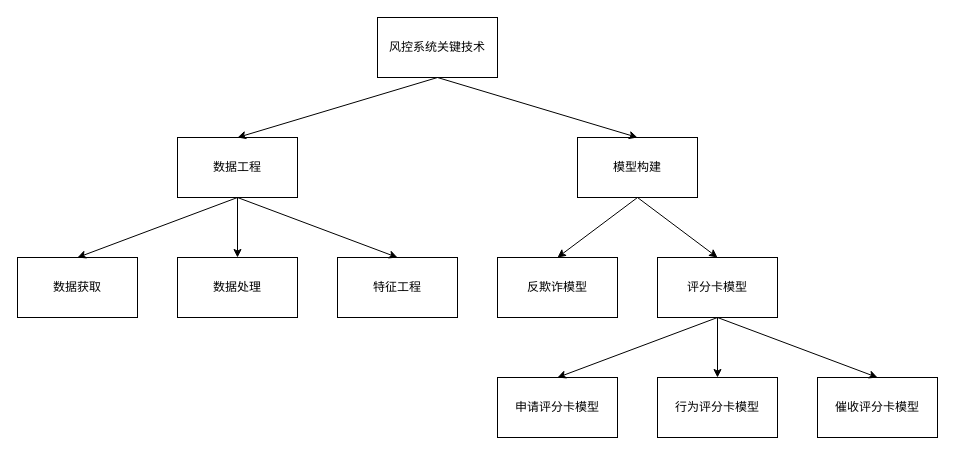
Earlier version of the draw.io diagram 信贷风控关键技术.drawio (LinZY1004/diagrams). Source tidied: cells renumbered, new cells numbered last; positions are measured from the earlier drawing's top-left corner, leaving out a move shared by most shapes. Both pictures are drawn from the tidied source at 100%, with x=0, y=0 at pixel (17, 17).
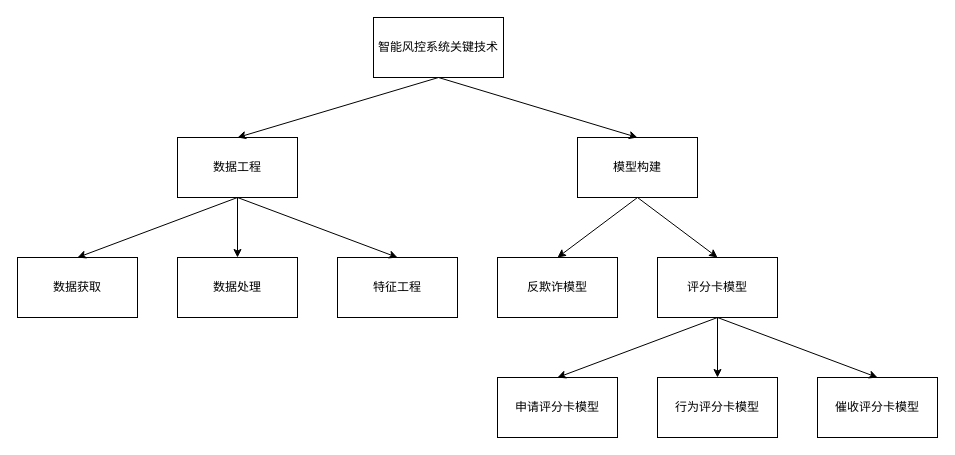
After the change.

Commit message:
智能信贷风控关键技术.drawio

Diff of the diagram source:
```diff
@@
-    <mxCell id="2" value="风控系统关键技术" style="rounded=0;whiteSpace=wrap;html=1;strokeWidth=1;" parent="1" vertex="1">
-      <mxGeometry x="360" width="120" height="60" as="geometry" />
+    <mxCell id="2" value="智能风控系统关键技术" style="rounded=0;whiteSpace=wrap;html=1;strokeWidth=1;" parent="1" vertex="1">
+      <mxGeometry x="356" width="130" height="60" as="geometry" />
     </mxCell>
```
